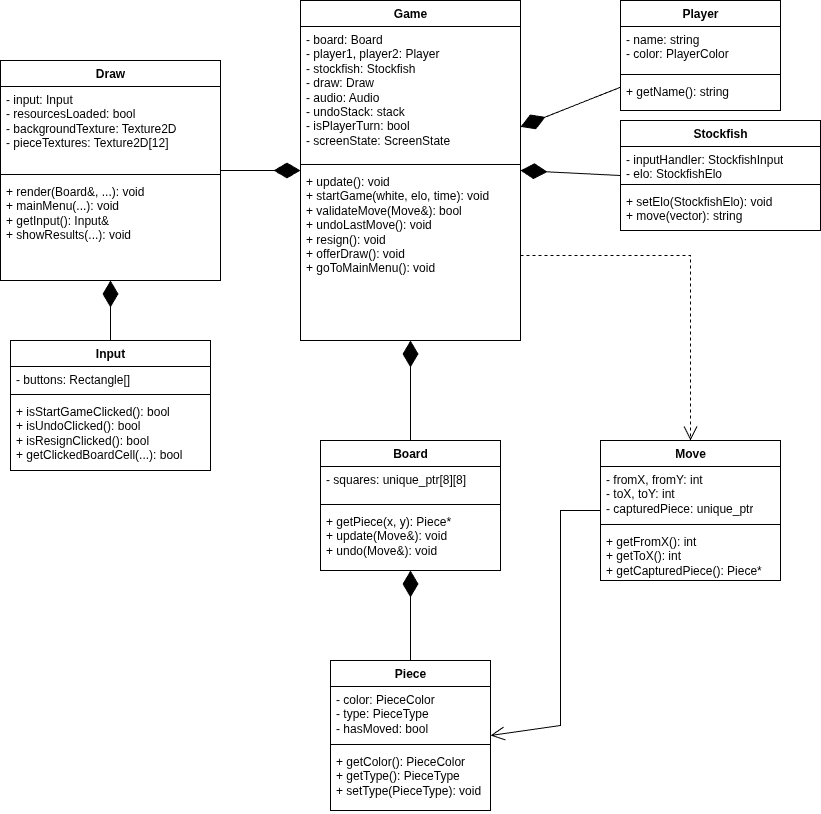
Makar1y/chess-game-project keeps this draw.io diagram as UMLs/CLASSES.png. Above is the earlier version. Source tidied: cells renumbered, new cells last; positions are measured from the earlier drawing's top-left corner, leaving out a move shared by most shapes. The source it was exported from:
```xml
<mxGraphModel>
  <root>
    <mxCell id="0" />
    <mxCell id="1" parent="0" />
    <mxCell id="2" value="Game" style="swimlane;fontStyle=1;align=center;verticalAlign=top;horizontal=1;startSize=26;html=1;" parent="1" vertex="1">
      <mxGeometry x="300" width="220" height="340" as="geometry" />
    </mxCell>
    <mxCell id="3" value="- board: Board&#10;- player1, player2: Player&#10;- stockfish: Stockfish&#10;- draw: Draw&#10;- audio: Audio&#10;- undoStack: stack&lt;Move&gt;&#10;- isPlayerTurn: bool&#10;- screenState: ScreenState" style="text;strokeColor=none;fillColor=none;align=left;verticalAlign=top;spacingLeft=4;spacingRight=4;overflow=hidden;whiteSpace=wrap;html=1;" parent="2" vertex="1">
      <mxGeometry y="26" width="220" height="134" as="geometry" />
    </mxCell>
    <mxCell id="4" style="line;strokeWidth=1;fillColor=none;align=left;verticalAlign=middle;spacingTop=-1;spacingLeft=3;spacingRight=3;labelPosition=right;strokeColor=inherit;" parent="2" vertex="1">
      <mxGeometry y="160" width="220" height="8" as="geometry" />
    </mxCell>
    <mxCell id="5" value="+ update(): void&#10;+ startGame(white, elo, time): void&#10;+ validateMove(Move&amp;): bool&#10;+ undoLastMove(): void&#10;+ resign(): void&#10;+ offerDraw(): void&#10;+ goToMainMenu(): void" style="text;strokeColor=none;fillColor=none;align=left;verticalAlign=top;spacingLeft=4;spacingRight=4;overflow=hidden;whiteSpace=wrap;html=1;" parent="2" vertex="1">
      <mxGeometry y="168" width="220" height="172" as="geometry" />
    </mxCell>
    <mxCell id="6" value="Board" style="swimlane;fontStyle=1;align=center;verticalAlign=top;horizontal=1;startSize=26;html=1;" parent="1" vertex="1">
      <mxGeometry x="320" y="440" width="180" height="130" as="geometry" />
    </mxCell>
    <mxCell id="7" value="- squares: unique_ptr&lt;Piece&gt;[8][8]" style="text;strokeColor=none;fillColor=none;align=left;verticalAlign=top;spacingLeft=4;spacingRight=4;overflow=hidden;whiteSpace=wrap;html=1;" parent="6" vertex="1">
      <mxGeometry y="26" width="180" height="34" as="geometry" />
    </mxCell>
    <mxCell id="8" style="line;strokeWidth=1;fillColor=none;align=left;verticalAlign=middle;spacingTop=-1;spacingLeft=3;spacingRight=3;labelPosition=right;strokeColor=inherit;" parent="6" vertex="1">
      <mxGeometry y="60" width="180" height="8" as="geometry" />
    </mxCell>
    <mxCell id="9" value="+ getPiece(x, y): Piece*&#10;+ update(Move&amp;): void&#10;+ undo(Move&amp;): void" style="text;strokeColor=none;fillColor=none;align=left;verticalAlign=top;spacingLeft=4;spacingRight=4;overflow=hidden;whiteSpace=wrap;html=1;" parent="6" vertex="1">
      <mxGeometry y="68" width="180" height="62" as="geometry" />
    </mxCell>
    <mxCell id="10" value="Piece" style="swimlane;fontStyle=1;align=center;verticalAlign=top;horizontal=1;startSize=26;html=1;" parent="1" vertex="1">
      <mxGeometry x="330" y="660" width="160" height="150" as="geometry" />
    </mxCell>
    <mxCell id="11" value="- color: PieceColor&#10;- type: PieceType&#10;- hasMoved: bool" style="text;strokeColor=none;fillColor=none;align=left;verticalAlign=top;spacingLeft=4;spacingRight=4;overflow=hidden;whiteSpace=wrap;html=1;" parent="10" vertex="1">
      <mxGeometry y="26" width="160" height="54" as="geometry" />
    </mxCell>
    <mxCell id="12" style="line;strokeWidth=1;fillColor=none;align=left;verticalAlign=middle;spacingTop=-1;spacingLeft=3;spacingRight=3;labelPosition=right;strokeColor=inherit;" parent="10" vertex="1">
      <mxGeometry y="80" width="160" height="8" as="geometry" />
    </mxCell>
    <mxCell id="13" value="+ getColor(): PieceColor&#10;+ getType(): PieceType&#10;+ setType(PieceType): void" style="text;strokeColor=none;fillColor=none;align=left;verticalAlign=top;spacingLeft=4;spacingRight=4;overflow=hidden;whiteSpace=wrap;html=1;" parent="10" vertex="1">
      <mxGeometry y="88" width="160" height="62" as="geometry" />
    </mxCell>
    <mxCell id="14" value="Stockfish" style="swimlane;fontStyle=1;align=center;verticalAlign=top;horizontal=1;startSize=26;html=1;" parent="1" vertex="1">
      <mxGeometry x="620" y="120" width="200" height="110" as="geometry" />
    </mxCell>
    <mxCell id="15" value="- inputHandler: StockfishInput&#10;- elo: StockfishElo" style="text;strokeColor=none;fillColor=none;align=left;verticalAlign=top;spacingLeft=4;spacingRight=4;overflow=hidden;whiteSpace=wrap;html=1;" parent="14" vertex="1">
      <mxGeometry y="26" width="200" height="34" as="geometry" />
    </mxCell>
    <mxCell id="16" style="line;strokeWidth=1;fillColor=none;align=left;verticalAlign=middle;spacingTop=-1;spacingLeft=3;spacingRight=3;labelPosition=right;strokeColor=inherit;" parent="14" vertex="1">
      <mxGeometry y="60" width="200" height="8" as="geometry" />
    </mxCell>
    <mxCell id="17" value="+ setElo(StockfishElo): void&#10;+ move(vector&lt;string&gt;): string" style="text;strokeColor=none;fillColor=none;align=left;verticalAlign=top;spacingLeft=4;spacingRight=4;overflow=hidden;whiteSpace=wrap;html=1;" parent="14" vertex="1">
      <mxGeometry y="68" width="200" height="42" as="geometry" />
    </mxCell>
    <mxCell id="18" value="Draw" style="swimlane;fontStyle=1;align=center;verticalAlign=top;horizontal=1;startSize=26;html=1;" parent="1" vertex="1">
      <mxGeometry y="60" width="220" height="220" as="geometry" />
    </mxCell>
    <mxCell id="19" value="- input: Input&#10;- resourcesLoaded: bool&#10;- backgroundTexture: Texture2D&#10;- pieceTextures: Texture2D[12]" style="text;strokeColor=none;fillColor=none;align=left;verticalAlign=top;spacingLeft=4;spacingRight=4;overflow=hidden;whiteSpace=wrap;html=1;" parent="18" vertex="1">
      <mxGeometry y="26" width="220" height="84" as="geometry" />
    </mxCell>
    <mxCell id="20" style="line;strokeWidth=1;fillColor=none;align=left;verticalAlign=middle;spacingTop=-1;spacingLeft=3;spacingRight=3;labelPosition=right;strokeColor=inherit;" parent="18" vertex="1">
      <mxGeometry y="110" width="220" height="8" as="geometry" />
    </mxCell>
    <mxCell id="21" value="+ render(Board&amp;, ...): void&#10;+ mainMenu(...): void&#10;+ getInput(): Input&amp;&#10;+ showResults(...): void" style="text;strokeColor=none;fillColor=none;align=left;verticalAlign=top;spacingLeft=4;spacingRight=4;overflow=hidden;whiteSpace=wrap;html=1;" parent="18" vertex="1">
      <mxGeometry y="118" width="220" height="102" as="geometry" />
    </mxCell>
    <mxCell id="22" value="Input" style="swimlane;fontStyle=1;align=center;verticalAlign=top;horizontal=1;startSize=26;html=1;" parent="1" vertex="1">
      <mxGeometry x="10" y="340" width="200" height="130" as="geometry" />
    </mxCell>
    <mxCell id="23" value="- buttons: Rectangle[]" style="text;strokeColor=none;fillColor=none;align=left;verticalAlign=top;spacingLeft=4;spacingRight=4;overflow=hidden;whiteSpace=wrap;html=1;" parent="22" vertex="1">
      <mxGeometry y="26" width="200" height="24" as="geometry" />
    </mxCell>
    <mxCell id="24" style="line;strokeWidth=1;fillColor=none;align=left;verticalAlign=middle;spacingTop=-1;spacingLeft=3;spacingRight=3;labelPosition=right;strokeColor=inherit;" parent="22" vertex="1">
      <mxGeometry y="50" width="200" height="8" as="geometry" />
    </mxCell>
    <mxCell id="25" value="+ isStartGameClicked(): bool&#10;+ isUndoClicked(): bool&#10;+ isResignClicked(): bool&#10;+ getClickedBoardCell(...): bool" style="text;strokeColor=none;fillColor=none;align=left;verticalAlign=top;spacingLeft=4;spacingRight=4;overflow=hidden;whiteSpace=wrap;html=1;" parent="22" vertex="1">
      <mxGeometry y="58" width="200" height="72" as="geometry" />
    </mxCell>
    <mxCell id="26" value="Move" style="swimlane;fontStyle=1;align=center;verticalAlign=top;horizontal=1;startSize=26;html=1;" parent="1" vertex="1">
      <mxGeometry x="600" y="440" width="180" height="140" as="geometry" />
    </mxCell>
    <mxCell id="27" value="- fromX, fromY: int&#10;- toX, toY: int&#10;- capturedPiece: unique_ptr&lt;Piece&gt;" style="text;strokeColor=none;fillColor=none;align=left;verticalAlign=top;spacingLeft=4;spacingRight=4;overflow=hidden;whiteSpace=wrap;html=1;" parent="26" vertex="1">
      <mxGeometry y="26" width="180" height="54" as="geometry" />
    </mxCell>
    <mxCell id="28" style="line;strokeWidth=1;fillColor=none;align=left;verticalAlign=middle;spacingTop=-1;spacingLeft=3;spacingRight=3;labelPosition=right;strokeColor=inherit;" parent="26" vertex="1">
      <mxGeometry y="80" width="180" height="8" as="geometry" />
    </mxCell>
    <mxCell id="29" value="+ getFromX(): int&#10;+ getToX(): int&#10;+ getCapturedPiece(): Piece*" style="text;strokeColor=none;fillColor=none;align=left;verticalAlign=top;spacingLeft=4;spacingRight=4;overflow=hidden;whiteSpace=wrap;html=1;" parent="26" vertex="1">
      <mxGeometry y="88" width="180" height="52" as="geometry" />
    </mxCell>
    <mxCell id="30" value="Player" style="swimlane;fontStyle=1;align=center;verticalAlign=top;horizontal=1;startSize=26;html=1;" parent="1" vertex="1">
      <mxGeometry x="620" width="160" height="110" as="geometry" />
    </mxCell>
    <mxCell id="31" value="- name: string&#10;- color: PlayerColor" style="text;strokeColor=none;fillColor=none;align=left;verticalAlign=top;spacingLeft=4;spacingRight=4;overflow=hidden;whiteSpace=wrap;html=1;" parent="30" vertex="1">
      <mxGeometry y="26" width="160" height="44" as="geometry" />
    </mxCell>
    <mxCell id="32" style="line;strokeWidth=1;fillColor=none;align=left;verticalAlign=middle;spacingTop=-1;spacingLeft=3;spacingRight=3;labelPosition=right;strokeColor=inherit;" parent="30" vertex="1">
      <mxGeometry y="70" width="160" height="8" as="geometry" />
    </mxCell>
    <mxCell id="33" value="+ getName(): string" style="text;strokeColor=none;fillColor=none;align=left;verticalAlign=top;spacingLeft=4;spacingRight=4;overflow=hidden;whiteSpace=wrap;html=1;" parent="30" vertex="1">
      <mxGeometry y="78" width="160" height="32" as="geometry" />
    </mxCell>
    <mxCell id="34" style="endArrow=none;endFill=0;endSize=24;html=1;rounded=0;exitX=0.5;exitY=1;exitDx=0;exitDy=0;entryX=0.5;entryY=0;entryDx=0;entryDy=0;startArrow=diamondThin;startFill=1;startSize=24;" parent="1" edge="1" source="2" target="6">
      <mxGeometry relative="1" as="geometry" />
    </mxCell>
    <mxCell id="35" style="endArrow=none;endFill=0;endSize=24;html=1;rounded=0;exitX=0;exitY=0.5;exitDx=0;exitDy=0;entryX=1;entryY=0.5;entryDx=0;entryDy=0;startArrow=diamondThin;startFill=1;targetPerimeterSpacing=0;startSize=24;" parent="1" edge="1" source="2" target="18">
      <mxGeometry relative="1" as="geometry" />
    </mxCell>
    <mxCell id="36" style="endArrow=none;endFill=0;endSize=24;html=1;rounded=0;exitX=1;exitY=0.5;exitDx=0;exitDy=0;entryX=0;entryY=0.5;entryDx=0;entryDy=0;startSize=24;startArrow=diamondThin;startFill=1;" parent="1" edge="1" source="2" target="14">
      <mxGeometry relative="1" as="geometry" />
    </mxCell>
    <mxCell id="37" style="endArrow=none;endFill=0;endSize=24;html=1;rounded=0;startSize=24;startArrow=diamondThin;startFill=1;" parent="1" edge="1" source="2" target="30">
      <mxGeometry relative="1" as="geometry" />
    </mxCell>
    <mxCell id="38" style="endArrow=none;endFill=0;endSize=24;html=1;rounded=0;exitX=0.5;exitY=1;exitDx=0;exitDy=0;entryX=0.5;entryY=0;entryDx=0;entryDy=0;startArrow=diamondThin;startFill=1;startSize=24;" parent="1" edge="1" source="6" target="10">
      <mxGeometry relative="1" as="geometry" />
    </mxCell>
    <mxCell id="39" style="endArrow=none;endFill=0;endSize=24;html=1;rounded=0;startArrow=diamondThin;startFill=1;startSize=24;" parent="1" edge="1" source="18" target="22">
      <mxGeometry relative="1" as="geometry" />
    </mxCell>
    <mxCell id="40" style="endArrow=open;endSize=12;dashed=1;html=1;rounded=0;exitX=1;exitY=0.75;exitDx=0;exitDy=0;entryX=0.5;entryY=0;entryDx=0;entryDy=0;" parent="1" edge="1" source="2" target="26">
      <mxGeometry relative="1" as="geometry">
        <Array as="points">
          <mxPoint x="690" y="255" />
        </Array>
      </mxGeometry>
    </mxCell>
    <mxCell id="41" style="endArrow=open;html=1;rounded=0;exitX=0;exitY=0.5;exitDx=0;exitDy=0;entryX=1;entryY=0.5;entryDx=0;entryDy=0;endFill=0;endSize=12;" parent="1" edge="1" source="26" target="10">
      <mxGeometry relative="1" as="geometry">
        <Array as="points">
          <mxPoint x="560" y="510" />
          <mxPoint x="560" y="725" />
        </Array>
      </mxGeometry>
    </mxCell>
  </root>
</mxGraphModel>
```
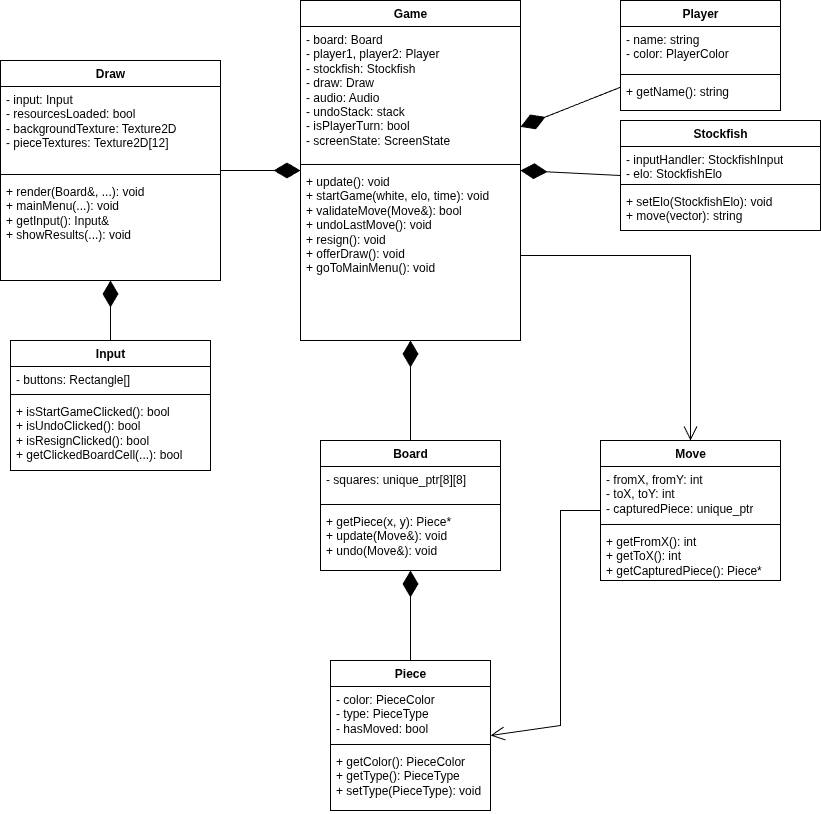
Above is the later version.

Commit message:
Update uml CLASSES

Diff of the diagram source:
```diff
@@ -116,7 +116,7 @@
     <mxCell id="39" style="endArrow=none;endFill=0;endSize=24;html=1;rounded=0;startArrow=diamondThin;startFill=1;startSize=24;" parent="1" edge="1" source="18" target="22">
       <mxGeometry relative="1" as="geometry" />
     </mxCell>
-    <mxCell id="40" style="endArrow=open;endSize=12;dashed=1;html=1;rounded=0;exitX=1;exitY=0.75;exitDx=0;exitDy=0;entryX=0.5;entryY=0;entryDx=0;entryDy=0;" parent="1" edge="1" source="2" target="26">
+    <mxCell id="40" style="endArrow=open;endSize=12;html=1;rounded=0;exitX=1;exitY=0.75;exitDx=0;exitDy=0;entryX=0.5;entryY=0;entryDx=0;entryDy=0;" parent="1" edge="1" source="2" target="26">
       <mxGeometry relative="1" as="geometry">
         <Array as="points">
           <mxPoint x="690" y="255" />
```
